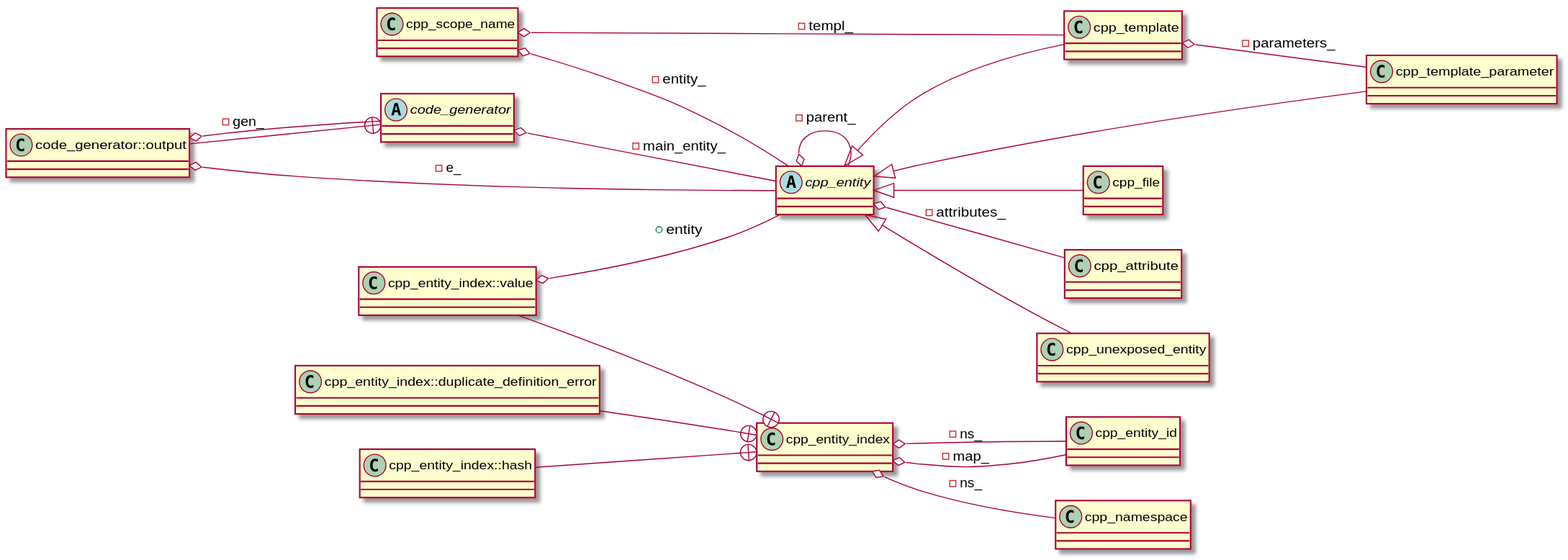
bkryza/clang-uml-examples keeps this PlantUML diagram as cppast/puml/cpp_entity_index_class_diagram.svg. Above is the earlier version.
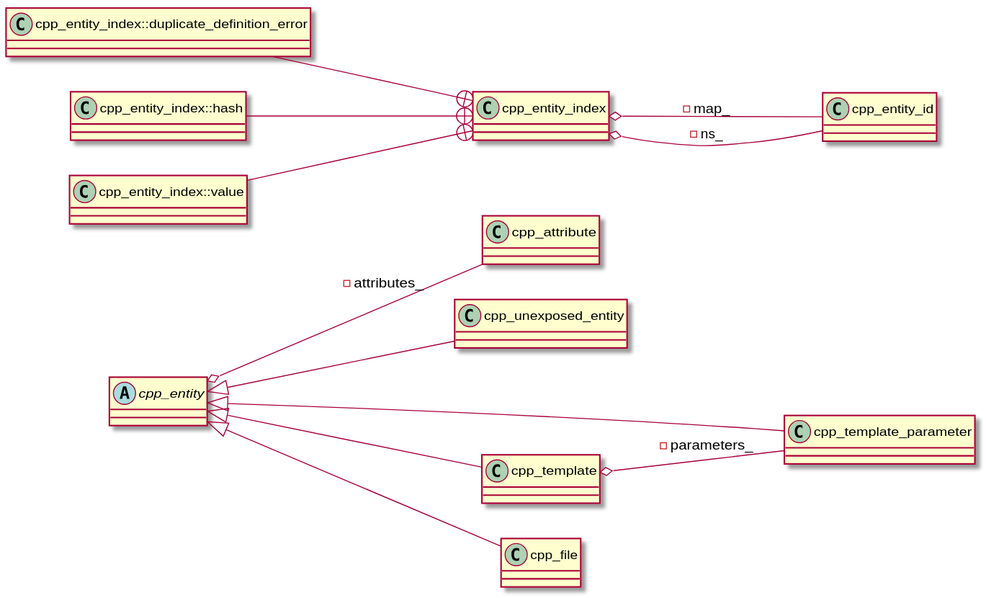
After the change.

The edit, as a diff of the source:
```diff
@@ -2,9 +2,6 @@
 left to right direction
 class "cpp_attribute" as C_0000560657228528420559
 class C_0000560657228528420559 [[https://github.com/foonathan/cppast/blob/f00df6675d87c6983033d270728c57a55cd3db22/include/cppast/cpp_attribute.hpp#L42{cpp_attribute}]] {
-}
-class "cpp_scope_name" as C_0001691123644971107631
-class C_0001691123644971107631 [[https://github.com/foonathan/cppast/blob/f00df6675d87c6983033d270728c57a55cd3db22/include/cppast/cpp_entity.hpp#L22{cpp_scope_name}]] {
 }
 abstract "cpp_entity" as C_0001854695372332280903
 abstract C_0001854695372332280903 [[https://github.com/foonathan/cppast/blob/f00df6675d87c6983033d270728c57a55cd3db22/include/cppast/cpp_entity.hpp#L47{cpp_entity}]] {
@@ -27,12 +24,6 @@
 class "cpp_entity_index::value" as C_0001918458639534713763
 class C_0001918458639534713763 [[https://github.com/foonathan/cppast/blob/f00df6675d87c6983033d270728c57a55cd3db22/include/cppast/cpp_entity_index.hpp#L124{cpp_entity_index##value}]] {
 }
-abstract "code_generator" as C_0000664741342971710245
-abstract C_0000664741342971710245 [[https://github.com/foonathan/cppast/blob/f00df6675d87c6983033d270728c57a55cd3db22/include/cppast/code_generator.hpp#L142{code_generator}]] {
-}
-class "code_generator::output" as C_0000192432743316866604
-class C_0000192432743316866604 [[https://github.com/foonathan/cppast/blob/f00df6675d87c6983033d270728c57a55cd3db22/include/cppast/code_generator.hpp#L168{code_generator##output}]] {
-}
 class "cpp_template_parameter" as C_0001158442798649543268
 class C_0001158442798649543268 [[https://github.com/foonathan/cppast/blob/f00df6675d87c6983033d270728c57a55cd3db22/include/cppast/cpp_template_parameter.hpp#L17{cpp_template_parameter}]] {
 }
@@ -42,25 +33,13 @@
 class "cpp_file" as C_0001248593507051490272
 class C_0001248593507051490272 [[https://github.com/foonathan/cppast/blob/f00df6675d87c6983033d270728c57a55cd3db22/include/cppast/cppast_fwd.hpp#L36{cpp_file}]] {
 }
-class "cpp_namespace" as C_0001318630691633731356
-class C_0001318630691633731356 [[https://github.com/foonathan/cppast/blob/f00df6675d87c6983033d270728c57a55cd3db22/include/cppast/cppast_fwd.hpp#L55{cpp_namespace}]] {
-}
-C_0001691123644971107631 o-- C_0001854695372332280903 : -entity_
-C_0001691123644971107631 o-- C_0000007122300671081288 : -templ_
 C_0001854695372332280903 o-- C_0000560657228528420559 : -attributes_
-C_0001854695372332280903 o-- C_0001854695372332280903 : -parent_
 C_0001854695372332280903 <|-- C_0001449857709503654826
 C_0001989731226165037041 o-- C_0001152344551163828554 : -map_
 C_0001989731226165037041 o-- C_0001152344551163828554 : -ns_
-C_0001989731226165037041 o-- C_0001318630691633731356 : -ns_
 C_0001989531636101477120 --+ C_0001989731226165037041
 C_0000634431773903245144 --+ C_0001989731226165037041
 C_0001918458639534713763 --+ C_0001989731226165037041
-C_0001918458639534713763 o-- C_0001854695372332280903 : +entity
-C_0000664741342971710245 o-- C_0001854695372332280903 : -main_entity_
-C_0000192432743316866604 --+ C_0000664741342971710245
-C_0000192432743316866604 o-- C_0000664741342971710245 : -gen_
-C_0000192432743316866604 o-- C_0001854695372332280903 : -e_
 C_0001854695372332280903 <|-- C_0001158442798649543268
 C_0000007122300671081288 o-- C_0001158442798649543268 : -parameters_
 C_0001854695372332280903 <|-- C_0000007122300671081288
```
